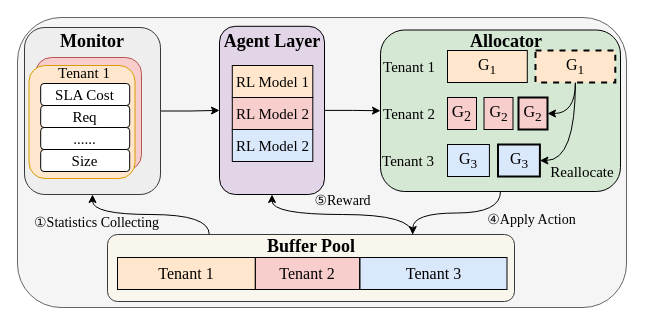
The draw.io diagram 未命名绘图.drawio in K111DK/Network-utils, before the edit. Source tidied: cells renumbered, new cells numbered last; positions are measured from the earlier drawing's top-left corner, leaving out a move shared by most shapes. Both pictures are drawn from the tidied source at 100%, with x=0, y=0 at pixel (17, 17).
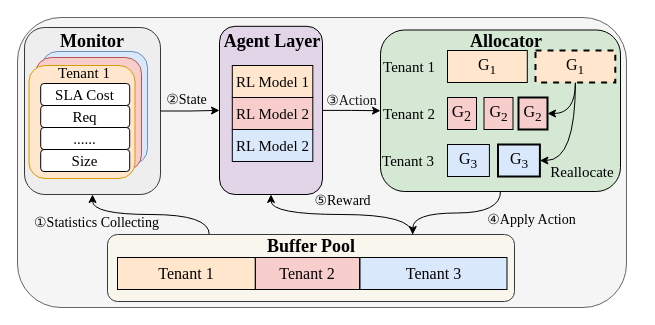
The same diagram, later.

Commit message (it also covers changes not shown here):
更新未命名绘图.drawio

Unchanged cells that the change refers to:
```xml
<mxCell id="7" style="edgeStyle=orthogonalEdgeStyle;rounded=0;jettySize=auto;html=1;exitX=1;exitY=0.5;exitDx=0;exitDy=0;entryX=0;entryY=0.5;entryDx=0;entryDy=0;" parent="1" edge="1" source="8" target="6">
  <mxGeometry relative="1" as="geometry" />
</mxCell>
<mxCell id="16" style="edgeStyle=orthogonalEdgeStyle;rounded=0;jettySize=auto;html=1;exitX=1;exitY=0.5;exitDx=0;exitDy=0;entryX=0;entryY=0.5;entryDx=0;entryDy=0;" parent="1" edge="1" source="17" target="8">
  <mxGeometry relative="1" as="geometry" />
</mxCell>
```

The edit, as a diff of the source:
```diff
@@
+    <mxCell id="17" style="rounded=1;whiteSpace=wrap;html=1;fillColor=#eeeeee;strokeColor=#36393d;fontFamily=Times New Roman;horizontal=1;" parent="1" vertex="1">
+      <mxGeometry x="7" y="10" width="136" height="167" as="geometry" />
+    </mxCell>
@@
+    <mxCell id="46" style="edgeLabel;html=1;align=center;verticalAlign=middle;" parent="7" vertex="1">
+      <mxGeometry x="-0.02" y="-2" relative="1" as="geometry" />
+    </mxCell>
+    <mxCell id="47" value="&lt;span style=&quot;color: rgb(26, 26, 26); text-align: start; text-wrap-mode: wrap;&quot;&gt;&lt;font face=&quot;Times New Roman&quot; style=&quot;font-size: 14px;&quot;&gt;③Action&lt;/font&gt;&lt;/span&gt;" style="edgeLabel;html=1;align=center;verticalAlign=middle;labelBackgroundColor=none;" parent="7" vertex="1">
+      <mxGeometry x="-0.26" relative="1" as="geometry">
+        <mxPoint x="6" y="-9" as="offset" />
+      </mxGeometry>
+    </mxCell>
     <mxCell id="8" style="rounded=1;whiteSpace=wrap;html=1;fillColor=#e1d5e7;strokeColor=#020202;fontFamily=Times New Roman;horizontal=1;" parent="1" vertex="1">
-      <mxGeometry x="202" y="8.8" width="105" height="168.2" as="geometry" />
+      <mxGeometry x="202" y="8.8" width="103" height="168.2" as="geometry" />
     </mxCell>
@@
-    <mxCell id="17" style="rounded=1;whiteSpace=wrap;html=1;fillColor=#eeeeee;strokeColor=#36393d;fontFamily=Times New Roman;horizontal=1;" parent="1" vertex="1">
-      <mxGeometry x="7" y="10" width="136" height="167" as="geometry" />
-    </mxCell>
+    <mxCell id="48" value="&lt;font style=&quot;font-size: 14px;&quot; face=&quot;Times New Roman&quot;&gt;&lt;span style=&quot;color: rgb(26, 26, 26); text-align: start; text-wrap-mode: wrap;&quot;&gt;②&lt;/span&gt;State&lt;/font&gt;" style="edgeLabel;html=1;align=center;verticalAlign=middle;labelBackgroundColor=none;" parent="16" vertex="1">
+      <mxGeometry x="-0.01" relative="1" as="geometry">
+        <mxPoint x="-4" y="-10" as="offset" />
+      </mxGeometry>
+    </mxCell>
```
